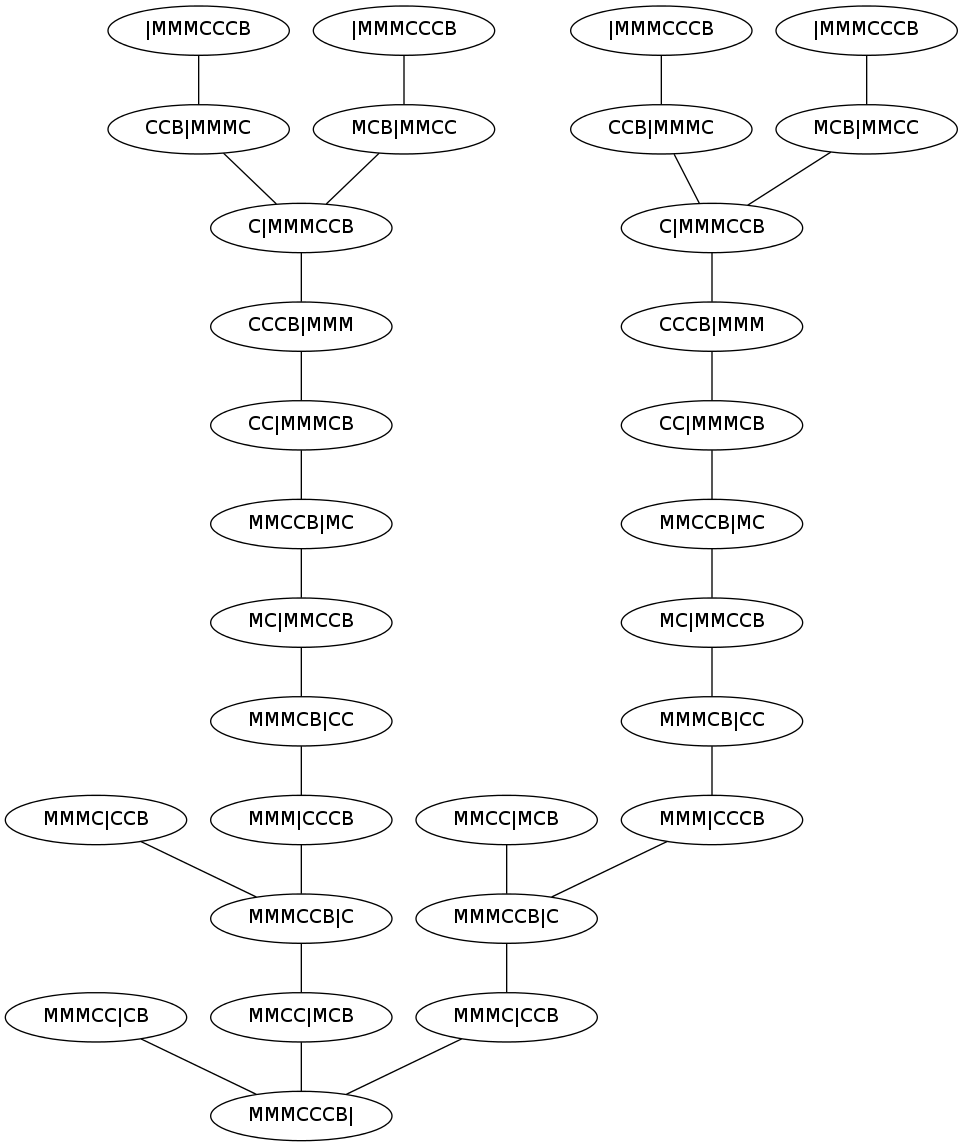
Before: graph.png, a diagram exported from Graphviz (mdamien/lisp). Its source is kept beside it as graph.dot.
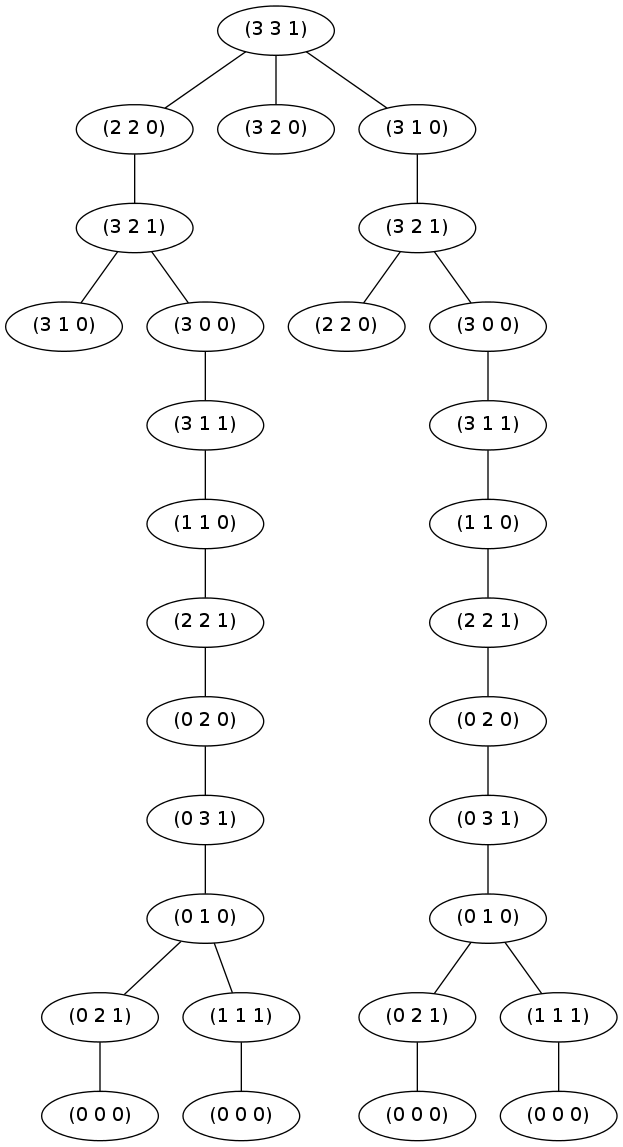
The same diagram one commit later.

Change to the diagram source:
```diff
@@ -1,62 +1,62 @@
 strict graph  {
 	node [label="\N"];
-	140727769372944	 [label="MMMCCCB|"];
-	14885136	 [label="MMMCC|CB"];
-	14885136 -- 140727769372944;
-	14885264	 [label="MMCC|MCB"];
-	14885264 -- 140727769372944;
-	14885200	 [label="MMMCCB|C"];
-	14885200 -- 14885264;
-	14885392	 [label="MMMC|CCB"];
-	14885392 -- 14885200;
-	14885584	 [label="MMM|CCCB"];
-	14885584 -- 14885200;
-	14885776	 [label="MMMCB|CC"];
-	14885776 -- 14885584;
-	14885904	 [label="MC|MMCCB"];
-	14885904 -- 14885776;
-	14886032	 [label="MMCCB|MC"];
-	14886032 -- 14885904;
-	14886160	 [label="CC|MMMCB"];
-	14886160 -- 14886032;
-	14886288	 [label="CCCB|MMM"];
-	14886288 -- 14886160;
-	14886352	 [label="C|MMMCCB"];
-	14886352 -- 14886288;
-	14886480	 [label="CCB|MMMC"];
-	14886480 -- 14886352;
-	14886800	 [label="|MMMCCCB"];
-	14886800 -- 14886480;
-	14886544	 [label="MCB|MMCC"];
-	14886544 -- 14886352;
-	14886736	 [label="|MMMCCCB"];
-	14886736 -- 14886544;
-	14885328	 [label="MMMC|CCB"];
-	14885328 -- 140727769372944;
-	14885456	 [label="MMMCCB|C"];
-	14885456 -- 14885328;
-	14885648	 [label="MMCC|MCB"];
-	14885648 -- 14885456;
-	14885520	 [label="MMM|CCCB"];
-	14885520 -- 14885456;
-	14885840	 [label="MMMCB|CC"];
-	14885840 -- 14885520;
-	14885712	 [label="MC|MMCCB"];
-	14885712 -- 14885840;
-	14885968	 [label="MMCCB|MC"];
-	14885968 -- 14885712;
-	14886096	 [label="CC|MMMCB"];
-	14886096 -- 14885968;
-	14886224	 [label="CCCB|MMM"];
-	14886224 -- 14886096;
-	14886416	 [label="C|MMMCCB"];
-	14886416 -- 14886224;
-	14886672	 [label="CCB|MMMC"];
-	14886672 -- 14886416;
-	14886864	 [label="|MMMCCCB"];
-	14886864 -- 14886672;
-	14886608	 [label="MCB|MMCC"];
-	14886608 -- 14886416;
-	14886928	 [label="|MMMCCCB"];
-	14886928 -- 14886608;
+	140378351143184	 [label="(3 3 1)"];
+	39096720	 [label="(2 2 0)"];
+	140378351143184 -- 39096720;
+	39096592	 [label="(3 2 0)"];
+	140378351143184 -- 39096592;
+	39096784	 [label="(3 1 0)"];
+	140378351143184 -- 39096784;
+	39096656	 [label="(3 2 1)"];
+	39096720 -- 39096656;
+	39096848	 [label="(3 1 0)"];
+	39096656 -- 39096848;
+	39097040	 [label="(3 0 0)"];
+	39096656 -- 39097040;
+	39097232	 [label="(3 1 1)"];
+	39097040 -- 39097232;
+	39097360	 [label="(1 1 0)"];
+	39097232 -- 39097360;
+	39097488	 [label="(2 2 1)"];
+	39097360 -- 39097488;
+	39097616	 [label="(0 2 0)"];
+	39097488 -- 39097616;
+	39097744	 [label="(0 3 1)"];
+	39097616 -- 39097744;
+	39097808	 [label="(0 1 0)"];
+	39097744 -- 39097808;
+	39097936	 [label="(0 2 1)"];
+	39097808 -- 39097936;
+	39098000	 [label="(1 1 1)"];
+	39097808 -- 39098000;
+	39098256	 [label="(0 0 0)"];
+	39097936 -- 39098256;
+	39098192	 [label="(0 0 0)"];
+	39098000 -- 39098192;
+	39096912	 [label="(3 2 1)"];
+	39096784 -- 39096912;
+	39097104	 [label="(2 2 0)"];
+	39096912 -- 39097104;
+	39096976	 [label="(3 0 0)"];
+	39096912 -- 39096976;
+	39097296	 [label="(3 1 1)"];
+	39096976 -- 39097296;
+	39097168	 [label="(1 1 0)"];
+	39097296 -- 39097168;
+	39097424	 [label="(2 2 1)"];
+	39097168 -- 39097424;
+	39097552	 [label="(0 2 0)"];
+	39097424 -- 39097552;
+	39097680	 [label="(0 3 1)"];
+	39097552 -- 39097680;
+	39097872	 [label="(0 1 0)"];
+	39097680 -- 39097872;
+	39098128	 [label="(0 2 1)"];
+	39097872 -- 39098128;
+	39098064	 [label="(1 1 1)"];
+	39097872 -- 39098064;
+	39098320	 [label="(0 0 0)"];
+	39098128 -- 39098320;
+	39098384	 [label="(0 0 0)"];
+	39098064 -- 39098384;
 }
```
